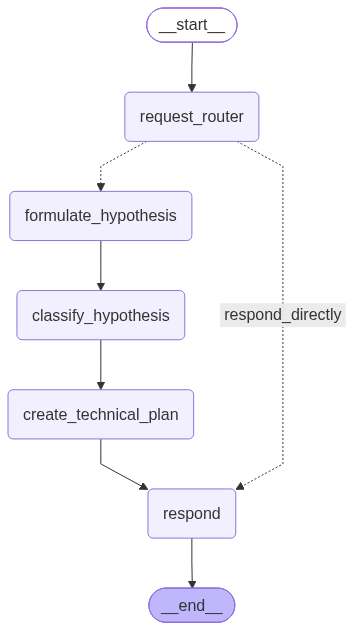
Above: docs/architecture/archwise-workflow.png in archhypo-ai/archflow-solo (Mermaid), before the change. Its source is kept beside it as docs/architecture/archwise-workflow.mmd. The source it was exported from:
```mermaid
---
config:
  flowchart:
    curve: linear
---
graph TD;
	__start__([<p>__start__</p>]):::first
	request_router(request_router)
	respond(respond)
	formulate_hypothesis(formulate_hypothesis)
	classify_hypothesis(classify_hypothesis)
	create_technical_plan(create_technical_plan)
	__end__([<p>__end__</p>]):::last
	__start__ --> request_router;
	classify_hypothesis --> create_technical_plan;
	create_technical_plan --> respond;
	formulate_hypothesis --> classify_hypothesis;
	request_router -.-> formulate_hypothesis;
	request_router -. &nbsp;respond_directly&nbsp; .-> respond;
	respond --> __end__;
	classDef default fill:#f2f0ff,line-height:1.2
	classDef first fill-opacity:0
	classDef last fill:#bfb6fc
```
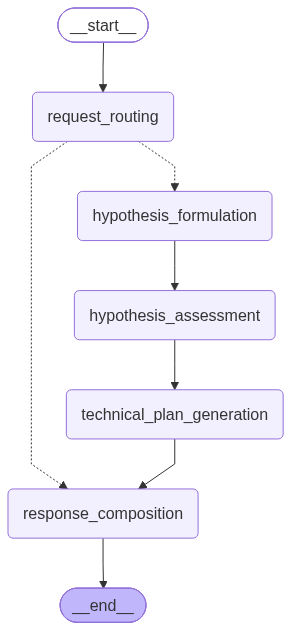
Later version of the same file.

The edit, as a diff of the source:
```diff
@@ -5,19 +5,19 @@
 ---
 graph TD;
 	__start__([<p>__start__</p>]):::first
-	request_router(request_router)
-	respond(respond)
-	formulate_hypothesis(formulate_hypothesis)
-	classify_hypothesis(classify_hypothesis)
-	create_technical_plan(create_technical_plan)
+	request_routing(request_routing)
+	response_composition(response_composition)
+	hypothesis_formulation(hypothesis_formulation)
+	hypothesis_assessment(hypothesis_assessment)
+	technical_plan_generation(technical_plan_generation)
 	__end__([<p>__end__</p>]):::last
-	__start__ --> request_router;
-	classify_hypothesis --> create_technical_plan;
-	create_technical_plan --> respond;
-	formulate_hypothesis --> classify_hypothesis;
-	request_router -.-> formulate_hypothesis;
-	request_router -. &nbsp;respond_directly&nbsp; .-> respond;
-	respond --> __end__;
+	__start__ --> request_routing;
+	hypothesis_assessment --> technical_plan_generation;
+	hypothesis_formulation --> hypothesis_assessment;
+	request_routing -.-> hypothesis_formulation;
+	request_routing -.-> response_composition;
+	technical_plan_generation --> response_composition;
+	response_composition --> __end__;
 	classDef default fill:#f2f0ff,line-height:1.2
 	classDef first fill-opacity:0
 	classDef last fill:#bfb6fc
```
